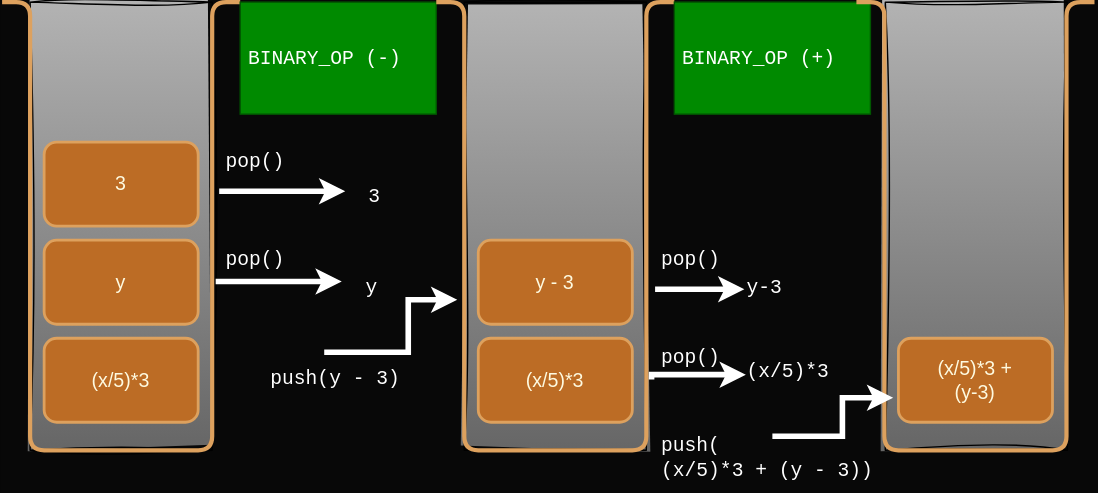
Before: 3-Stacks/images/stack6.svg, a diagram exported from draw.io (JAC-CS-Programming-4-W24/Notes). Source tidied: cells renumbered, new cells last; positions are measured from the earlier drawing's top-left corner, leaving out a move shared by most shapes.
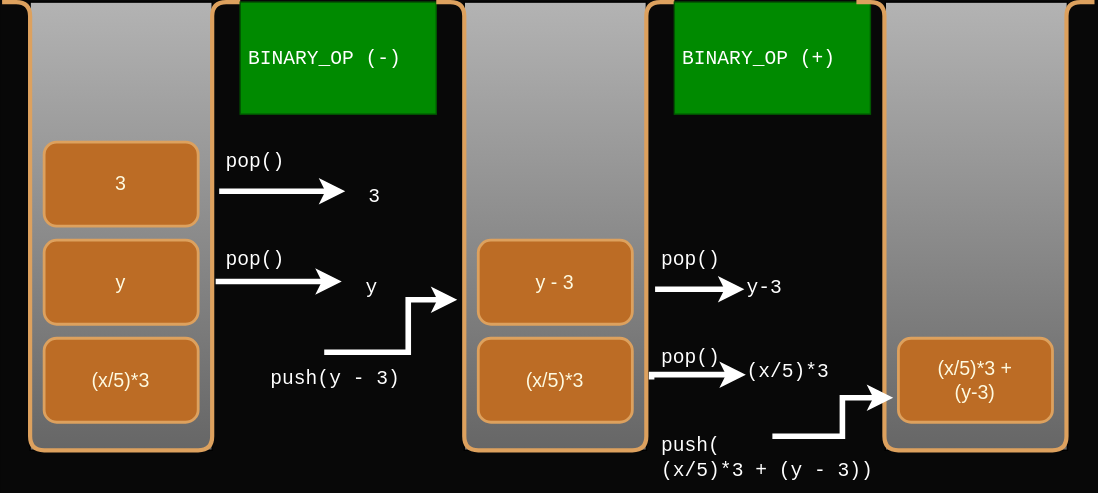
After the commit.

Change to the diagram source:
```diff
@@ -2,13 +2,13 @@
   <root>
     <mxCell id="0" />
     <mxCell id="1" parent="0" />
-    <mxCell id="2" style="rounded=0;whiteSpace=wrap;html=1;sketch=1;hachureGap=4;jiggle=2;curveFitting=1;fontFamily=Architects Daughter;fontSource=https%3A%2F%2Ffonts.googleapis.com%2Fcss%3Ffamily%3DArchitects%2BDaughter;fontSize=20;gradientColor=#666666;fillColor=#B3B3B3;" parent="1" vertex="1">
+    <mxCell id="2" style="rounded=0;whiteSpace=wrap;html=1;hachureGap=4;fontFamily=Architects Daughter;fontSource=https%3A%2F%2Ffonts.googleapis.com%2Fcss%3Ffamily%3DArchitects%2BDaughter;fontSize=20;gradientColor=#666666;fillColor=#B3B3B3;" parent="1" vertex="1">
       <mxGeometry x="330" width="130" height="320" as="geometry" />
     </mxCell>
-    <mxCell id="3" style="rounded=0;whiteSpace=wrap;html=1;sketch=1;hachureGap=4;jiggle=2;curveFitting=1;fontFamily=Architects Daughter;fontSource=https%3A%2F%2Ffonts.googleapis.com%2Fcss%3Ffamily%3DArchitects%2BDaughter;fontSize=20;gradientColor=#666666;fillColor=#B3B3B3;" parent="1" vertex="1">
+    <mxCell id="3" style="rounded=0;whiteSpace=wrap;html=1;hachureGap=4;fontFamily=Architects Daughter;fontSource=https%3A%2F%2Ffonts.googleapis.com%2Fcss%3Ffamily%3DArchitects%2BDaughter;fontSize=20;gradientColor=#666666;fillColor=#B3B3B3;" parent="1" vertex="1">
       <mxGeometry x="630.6" width="130" height="320" as="geometry" />
     </mxCell>
-    <mxCell id="4" style="rounded=0;whiteSpace=wrap;html=1;sketch=1;hachureGap=4;jiggle=2;curveFitting=1;fontFamily=Architects Daughter;fontSource=https%3A%2F%2Ffonts.googleapis.com%2Fcss%3Ffamily%3DArchitects%2BDaughter;fontSize=20;gradientColor=#666666;fillColor=#B3B3B3;" parent="1" vertex="1">
+    <mxCell id="4" style="rounded=0;whiteSpace=wrap;html=1;hachureGap=4;fontFamily=Architects Daughter;fontSource=https%3A%2F%2Ffonts.googleapis.com%2Fcss%3Ffamily%3DArchitects%2BDaughter;fontSize=20;gradientColor=#666666;fillColor=#B3B3B3;" parent="1" vertex="1">
       <mxGeometry x="20" width="130" height="320" as="geometry" />
     </mxCell>
     <mxCell id="5" style="endArrow=none;html=1;rounded=1;edgeStyle=orthogonalEdgeStyle;strokeWidth=3;labelBackgroundColor=#283618;strokeColor=#DDA15E;fontColor=#FEFAE0;" parent="1" edge="1">
```
